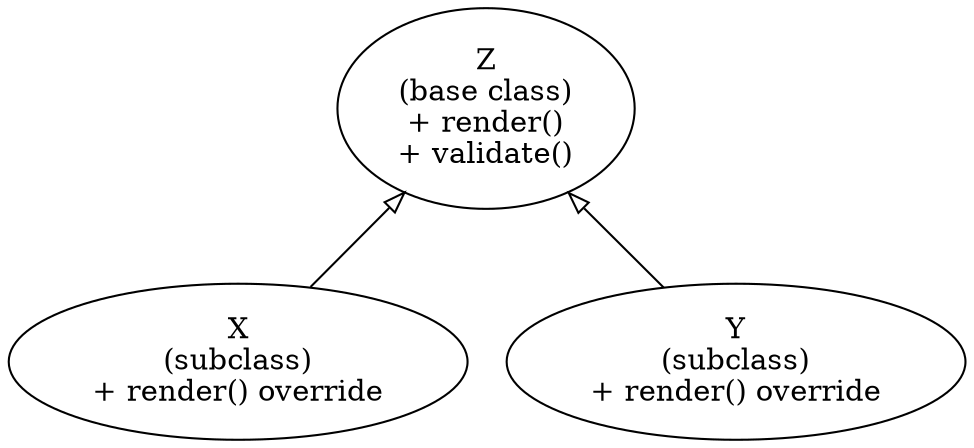
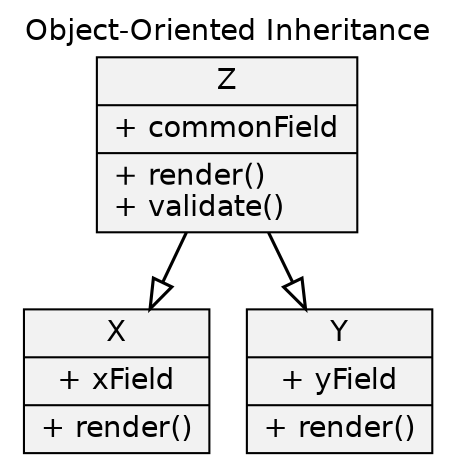
- digraph OO_Inheritance {
+ digraph UML_Inheritance {
+ 
    rankdir=BT;

-     Z [label="Z\n(base class)\n+ render()\n+ validate()"];
-     X [label="X\n(subclass)\n+ render() override"];
-     Y [label="Y\n(subclass)\n+ render() override"];
+     graph [
+         fontname="Helvetica"
+         labelloc="t"
+         label="Object-Oriented Inheritance"
+     ];

-     X -> Z [arrowhead=empty];
-     Y -> Z [arrowhead=empty];
+     node [
+         shape=record
+         style=filled
+         fillcolor=gray95
+         fontname="Helvetica"
+     ];
+ 
+     edge [
+         dir=back
+         arrowtail=empty
+         arrowsize=1.4
+         penwidth=1.5
+     ];
+ 
+     Z [
+         label="{Z|+ commonField|+ render()\l+ validate()\l}"
+     ];
+ 
+     X [
+         label="{X|+ xField|+ render()\l}"
+     ];
+ 
+     Y [
+         label="{Y|+ yField|+ render()\l}"
+     ];
+ 
+     X -> Z;
+     Y -> Z;
}
